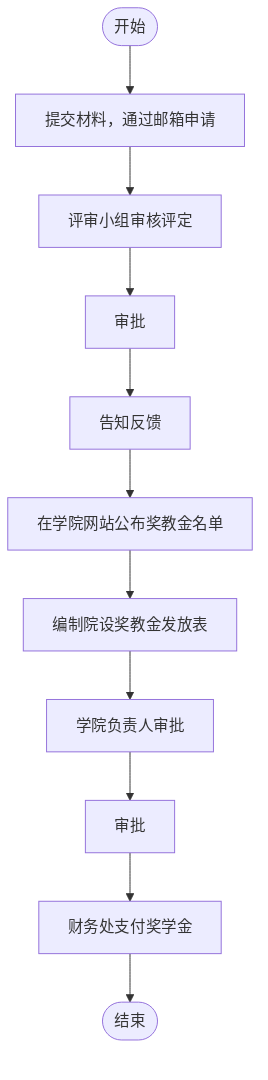
AmyIvan/work1 keeps this Mermaid diagram as outline2flow/flow_outputs/page_27.png. Above is the earlier version. Its source is kept beside it as outline2flow/mmd_outputs/page_27.mmd. Source of this version:
```mermaid
flowchart TD
    Start(["开始"]) --> A[提交材料，通过邮箱申请]
    A --> B[评审小组审核评定]
    B --> C[审批]
    C --> D[告知反馈]
    D --> E[在学院网站公布奖教金名单]
    E --> F[编制院设奖教金发放表]
    F --> G[学院负责人审批]
    G --> H[审批]
    H --> I[财务处支付奖学金]
    I --> End(["结束"])
```
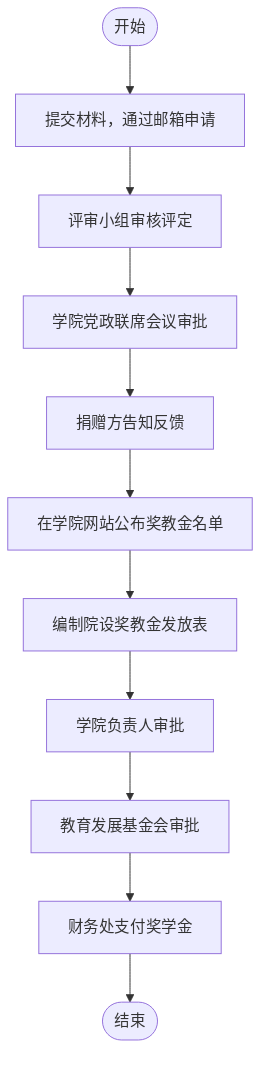
Above is the later version.

Change to the diagram source:
```diff
@@ -1,11 +1,11 @@
 flowchart TD
-    Start(["开始"]) --> A[提交材料，通过邮箱申请]
-    A --> B[评审小组审核评定]
-    B --> C[审批]
-    C --> D[告知反馈]
-    D --> E[在学院网站公布奖教金名单]
-    E --> F[编制院设奖教金发放表]
-    F --> G[学院负责人审批]
-    G --> H[审批]
-    H --> I[财务处支付奖学金]
-    I --> End(["结束"])
+    Start(["开始"]) --> Submit[提交材料，通过邮箱申请]
+    Submit --> Review[评审小组审核评定]
+    Review --> Approval[学院党政联席会议审批]
+    Approval --> Feedback[捐赠方告知反馈]
+    Feedback --> Publish[在学院网站公布奖教金名单]
+    Publish --> Prepare[编制院设奖教金发放表]
+    Prepare --> Approve[学院负责人审批]
+    Approve --> Foundation[教育发展基金会审批]
+    Foundation --> Payment[财务处支付奖学金]
+    Payment --> End(["结束"])
```
